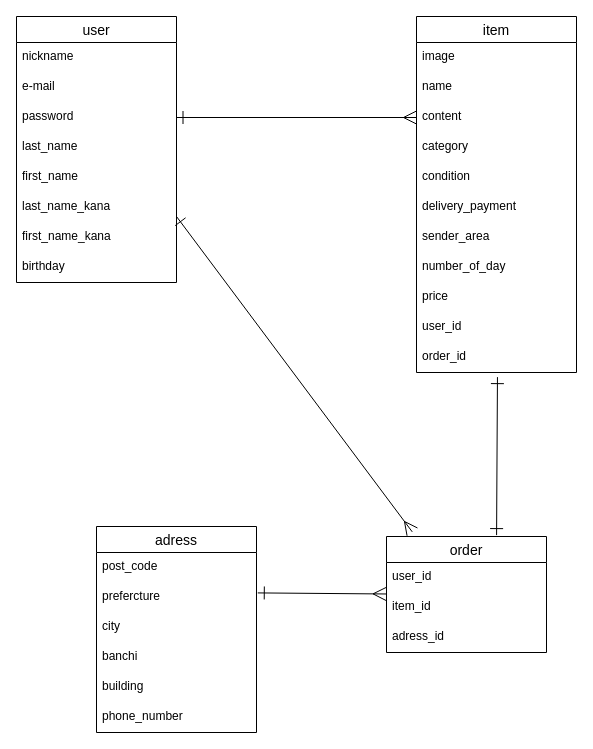
This is er.dio from naminoriko/furima-39235, a draw.io file, before an edit. Source tidied: cells renumbered, new cells numbered last; positions are measured from the earlier drawing's top-left corner, leaving out a move shared by most shapes. Both pictures are drawn from the tidied source at 100%, with x=0, y=0 at pixel (16, 16).
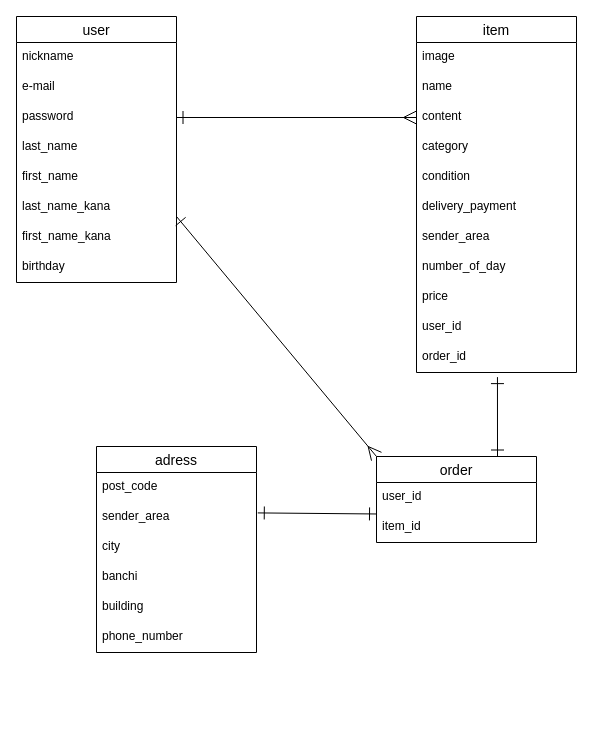
Above is the later version.

Commit message (it also covers changes not shown here):
ER図、READ MEファイル修正２

The change refers to these unchanged cells:
```xml
<mxCell id="13" value="order_id" style="text;strokeColor=none;fillColor=none;spacingLeft=4;spacingRight=4;overflow=hidden;points=[[0,0.5],[1,0.5]];portConstraint=eastwest;fontSize=12;" parent="2" vertex="1">
  <mxGeometry y="326" width="160" height="30" as="geometry" />
</mxCell>
<mxCell id="34" value="user_id" style="text;strokeColor=none;fillColor=none;spacingLeft=4;spacingRight=4;overflow=hidden;points=[[0,0.5],[1,0.5]];portConstraint=eastwest;fontSize=12;" parent="33" vertex="1">
  <mxGeometry y="26" width="160" height="30" as="geometry" />
</mxCell>
```

Diff of the diagram source:
```diff
@@
     <mxCell id="23" value="adress" style="swimlane;fontStyle=0;horizontal=1;startSize=26;align=center;fontSize=14;" parent="1" vertex="1">
-      <mxGeometry x="80" y="510" width="160" height="206" as="geometry" />
+      <mxGeometry x="80" y="430" width="160" height="206" as="geometry" />
     </mxCell>
@@
-    <mxCell id="25" value="prefercture" style="text;strokeColor=none;fillColor=none;spacingLeft=4;spacingRight=4;overflow=hidden;points=[[0,0.5],[1,0.5]];portConstraint=eastwest;fontSize=12;" parent="23" vertex="1">
+    <mxCell id="25" value="sender_area" style="text;strokeColor=none;fillColor=none;spacingLeft=4;spacingRight=4;overflow=hidden;points=[[0,0.5],[1,0.5]];portConstraint=eastwest;fontSize=12;" parent="23" vertex="1">
       <mxGeometry y="56" width="160" height="30" as="geometry" />
     </mxCell>
@@
-    <mxCell id="31" style="edgeStyle=none;html=1;endArrow=ERone;endFill=0;startArrow=ERone;startFill=0;exitX=0.688;exitY=-0.012;exitDx=0;exitDy=0;exitPerimeter=0;endSize=11;startSize=11;entryX=0.506;entryY=1.154;entryDx=0;entryDy=0;entryPerimeter=0;" parent="1" edge="1" source="33" target="13">
-      <mxGeometry relative="1" as="geometry" />
+    <mxCell id="31" style="edgeStyle=none;html=1;endArrow=ERone;endFill=0;startArrow=ERone;startFill=0;endSize=11;startSize=11;entryX=0.506;entryY=1.154;entryDx=0;entryDy=0;entryPerimeter=0;" parent="1" edge="1" target="13">
+      <mxGeometry relative="1" as="geometry">
+        <mxPoint x="481" y="440" as="sourcePoint" />
+      </mxGeometry>
     </mxCell>
-    <mxCell id="32" style="edgeStyle=none;html=1;entryX=1.008;entryY=0.347;entryDx=0;entryDy=0;entryPerimeter=0;strokeWidth=1;startArrow=ERmany;startFill=0;endArrow=ERone;endFill=0;startSize=11;endSize=11;exitX=-0.003;exitY=1.049;exitDx=0;exitDy=0;exitPerimeter=0;" parent="1" edge="1" source="34" target="25">
+    <mxCell id="32" style="edgeStyle=none;html=1;entryX=1.008;entryY=0.347;entryDx=0;entryDy=0;entryPerimeter=0;strokeWidth=1;startArrow=ERone;startFill=0;endArrow=ERone;endFill=0;startSize=11;endSize=11;exitX=-0.003;exitY=1.049;exitDx=0;exitDy=0;exitPerimeter=0;" parent="1" edge="1" source="34" target="25">
       <mxGeometry relative="1" as="geometry" />
     </mxCell>
     <mxCell id="33" value="order" style="swimlane;fontStyle=0;horizontal=1;startSize=26;align=center;fontSize=14;" parent="1" vertex="1">
-      <mxGeometry x="370" y="520" width="160" height="116" as="geometry" />
+      <mxGeometry x="360" y="440" width="160" height="86" as="geometry" />
     </mxCell>
@@
-    <mxCell id="36" value="adress_id" style="text;strokeColor=none;fillColor=none;spacingLeft=4;spacingRight=4;overflow=hidden;fontSize=12;" parent="33" vertex="1">
-      <mxGeometry y="86" width="160" height="30" as="geometry" />
-    </mxCell>
-    <mxCell id="37" style="edgeStyle=none;html=1;entryX=0.161;entryY=-0.04;entryDx=0;entryDy=0;endArrow=ERmany;endFill=0;startArrow=ERone;startFill=0;endSize=11;startSize=11;entryPerimeter=0;" parent="1" edge="1" target="33">
+    <mxCell id="37" style="edgeStyle=none;html=1;endArrow=ERmany;endFill=0;startArrow=ERone;startFill=0;endSize=11;startSize=11;" parent="1" edge="1">
       <mxGeometry relative="1" as="geometry">
         <mxPoint x="160" y="200" as="sourcePoint" />
+        <mxPoint x="360" y="440" as="targetPoint" />
       </mxGeometry>
     </mxCell>
```
